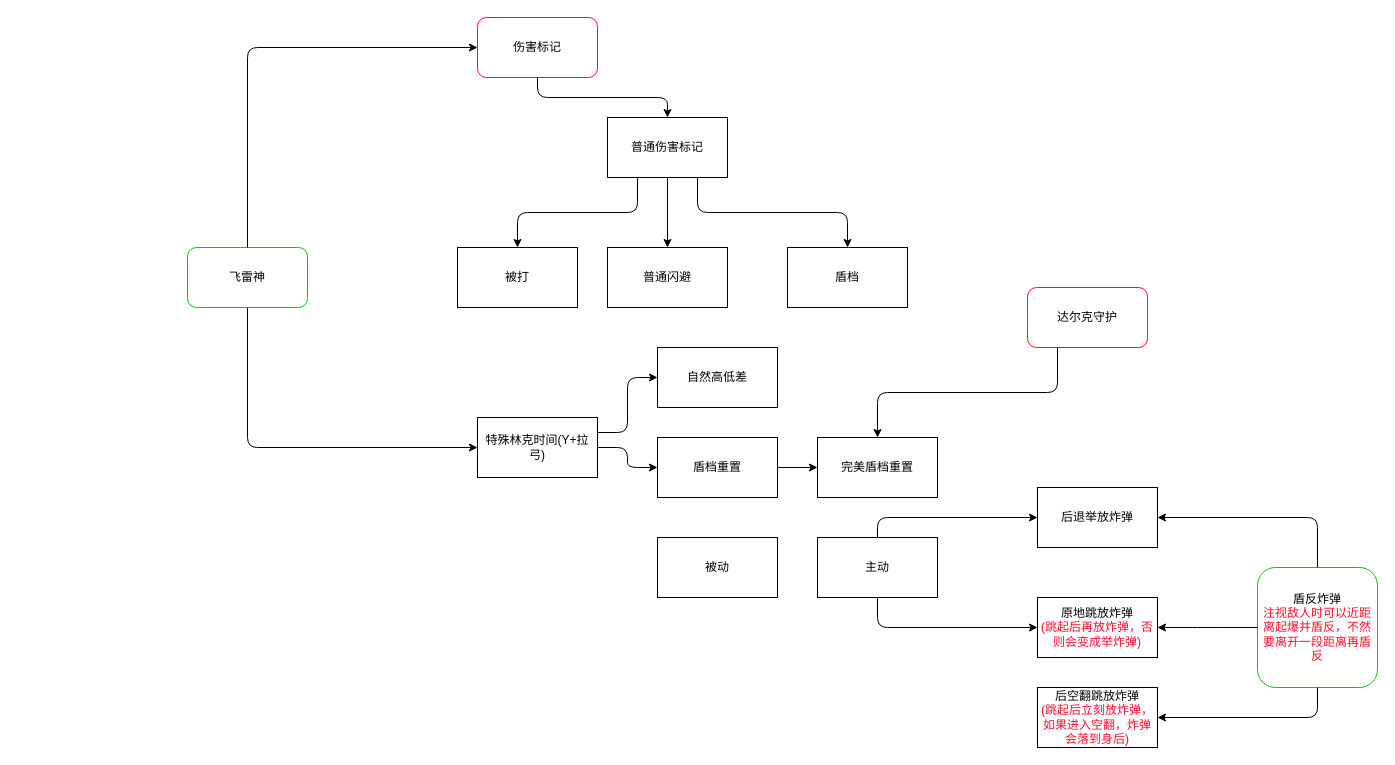
XiaoLiuAI/diagrams keeps this draw.io diagram as zelda.drawio. Above is the earlier version. Source tidied: cells renumbered, new cells numbered last; positions are measured from the earlier drawing's top-left corner, leaving out a move shared by most shapes. Both pictures are drawn from the tidied source at 100%, with x=0, y=0 at pixel (187, 17).
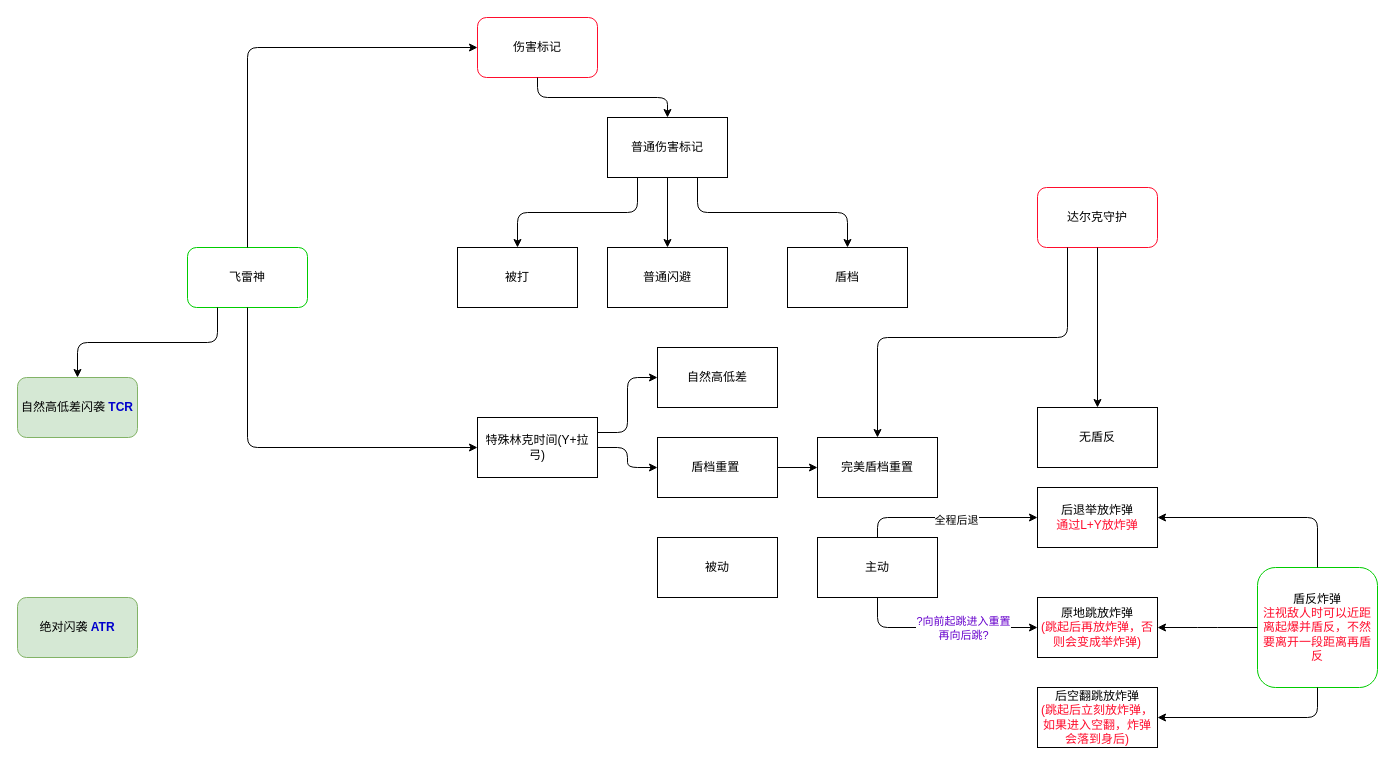
Above is the later version.

The change refers to these unchanged cells:
```xml
<mxCell id="2" value="飞雷神" style="rounded=1;whiteSpace=wrap;html=1;strokeColor=#00CC00;" parent="1" vertex="1">
  <mxGeometry y="230" width="120" height="60" as="geometry" />
</mxCell>
<mxCell id="19" value="完美盾档重置" style="rounded=0;whiteSpace=wrap;html=1;" parent="1" vertex="1">
  <mxGeometry x="630" y="420" width="120" height="60" as="geometry" />
</mxCell>
<mxCell id="27" style="edgeStyle=elbowEdgeStyle;elbow=vertical;endArrow=classic;html=1;entryX=0;entryY=0.5;entryDx=0;entryDy=0;exitX=0.5;exitY=0;exitDx=0;exitDy=0;" parent="1" edge="1" source="24" target="26">
  <mxGeometry relative="1" as="geometry">
    <Array as="points">
      <mxPoint x="830" y="500" />
    </Array>
  </mxGeometry>
</mxCell>
<mxCell id="28" style="edgeStyle=elbowEdgeStyle;elbow=vertical;endArrow=classic;html=1;entryX=0;entryY=0.5;entryDx=0;entryDy=0;exitX=0.5;exitY=1;exitDx=0;exitDy=0;" parent="1" edge="1" source="24" target="25">
  <mxGeometry relative="1" as="geometry">
    <Array as="points">
      <mxPoint x="800" y="610" />
    </Array>
  </mxGeometry>
</mxCell>
```

Change to the diagram source:
```diff
@@
-    <mxCell id="17" value="盾档重置" style="rounded=0;whiteSpace=wrap;html=1;" parent="1" vertex="1">
+    <mxCell id="17" value="盾档重置&amp;nbsp;" style="rounded=0;whiteSpace=wrap;html=1;" parent="1" vertex="1">
       <mxGeometry x="470" y="420" width="120" height="60" as="geometry" />
     </mxCell>
@@
     <mxCell id="21" value="达尔克守护" style="rounded=1;whiteSpace=wrap;html=1;shadow=0;strokeWidth=1;strokeColor=#FF0D2D;" parent="1" vertex="1">
-      <mxGeometry x="840" y="270" width="120" height="60" as="geometry" />
+      <mxGeometry x="850" y="170" width="120" height="60" as="geometry" />
     </mxCell>
     <mxCell id="22" style="edgeStyle=elbowEdgeStyle;elbow=vertical;endArrow=classic;html=1;exitX=0.25;exitY=1;exitDx=0;exitDy=0;entryX=0.5;entryY=0;entryDx=0;entryDy=0;" parent="1" edge="1" source="21" target="19">
       <mxGeometry relative="1" as="geometry">
         <Array as="points">
-          <mxPoint x="770" y="375" />
+          <mxPoint x="790" y="320" />
         </Array>
       </mxGeometry>
     </mxCell>
@@
-    <mxCell id="26" value="后退举放炸弹" style="rounded=0;whiteSpace=wrap;html=1;" parent="1" vertex="1">
+    <mxCell id="26" value="后退举放炸弹&lt;br&gt;&lt;font color=&quot;#ff0d2d&quot;&gt;通过L+Y放炸弹&lt;/font&gt;" style="rounded=0;whiteSpace=wrap;html=1;" parent="1" vertex="1">
       <mxGeometry x="850" y="470" width="120" height="60" as="geometry" />
     </mxCell>
@@
+    <mxCell id="34" value="全程后退" style="edgeLabel;html=1;align=center;verticalAlign=middle;" parent="27" vertex="1">
+      <mxGeometry x="0.09" y="-2" relative="1" as="geometry" />
+    </mxCell>
@@
+    <mxCell id="35" value="&lt;font color=&quot;#6600cc&quot;&gt;?向前起跳进入重置&lt;br&gt;再向后跳?&lt;/font&gt;" style="edgeLabel;html=1;align=center;verticalAlign=middle;" parent="28" vertex="1">
+      <mxGeometry x="0.21" relative="1" as="geometry" />
+    </mxCell>
@@
+    <mxCell id="36" value="无盾反" style="rounded=0;whiteSpace=wrap;html=1;" parent="1" vertex="1">
+      <mxGeometry x="850" y="390" width="120" height="60" as="geometry" />
+    </mxCell>
+    <mxCell id="37" style="endArrow=classic;html=1;entryX=0.5;entryY=0;entryDx=0;entryDy=0;exitX=0.5;exitY=1;exitDx=0;exitDy=0;" parent="1" edge="1" source="21" target="36">
+      <mxGeometry relative="1" as="geometry" />
+    </mxCell>
+    <mxCell id="38" value="绝对闪袭 &lt;b&gt;&lt;font color=&quot;#0000cc&quot;&gt;AT&lt;/font&gt;&lt;/b&gt;&lt;font color=&quot;#0000cc&quot;&gt;&lt;b&gt;R&lt;/b&gt;&lt;/font&gt;" style="rounded=1;whiteSpace=wrap;html=1;fillColor=#d5e8d4;strokeColor=#82b366;" parent="1" vertex="1">
+      <mxGeometry x="-170" y="580" width="120" height="60" as="geometry" />
+    </mxCell>
+    <mxCell id="39" value="自然高低差闪袭 &lt;b&gt;&lt;font color=&quot;#0000cc&quot;&gt;TC&lt;/font&gt;&lt;/b&gt;&lt;font color=&quot;#0000cc&quot;&gt;&lt;b&gt;R&lt;/b&gt;&lt;/font&gt;" style="rounded=1;whiteSpace=wrap;html=1;fillColor=#d5e8d4;strokeColor=#82b366;" parent="1" vertex="1">
+      <mxGeometry x="-170" y="360" width="120" height="60" as="geometry" />
+    </mxCell>
+    <mxCell id="40" style="edgeStyle=elbowEdgeStyle;elbow=vertical;endArrow=classic;html=1;exitX=0.25;exitY=1;exitDx=0;exitDy=0;entryX=0.5;entryY=0;entryDx=0;entryDy=0;" parent="1" edge="1" source="2" target="39">
+      <mxGeometry relative="1" as="geometry" />
+    </mxCell>
```
